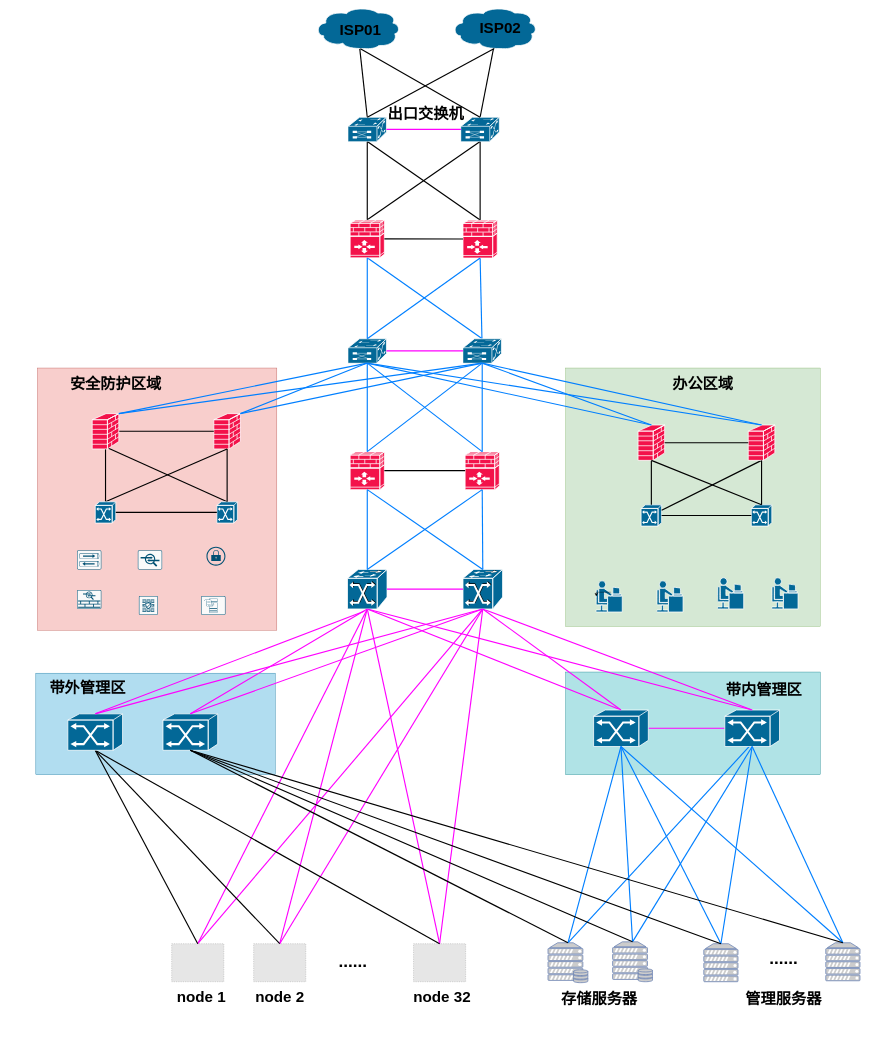
This is 数据中心组网-32nodes-整体组网.drawio from hel-2000/network-draw, a draw.io file, before an edit. Source tidied: cells renumbered, new cells numbered last; positions are measured from the earlier drawing's top-left corner, leaving out a move shared by most shapes. Both pictures are drawn from the tidied source at 38%, with x=0, y=0 at pixel (18, 7). Pictures stored in the file or linked from it are replaced by grey dashed boxes.
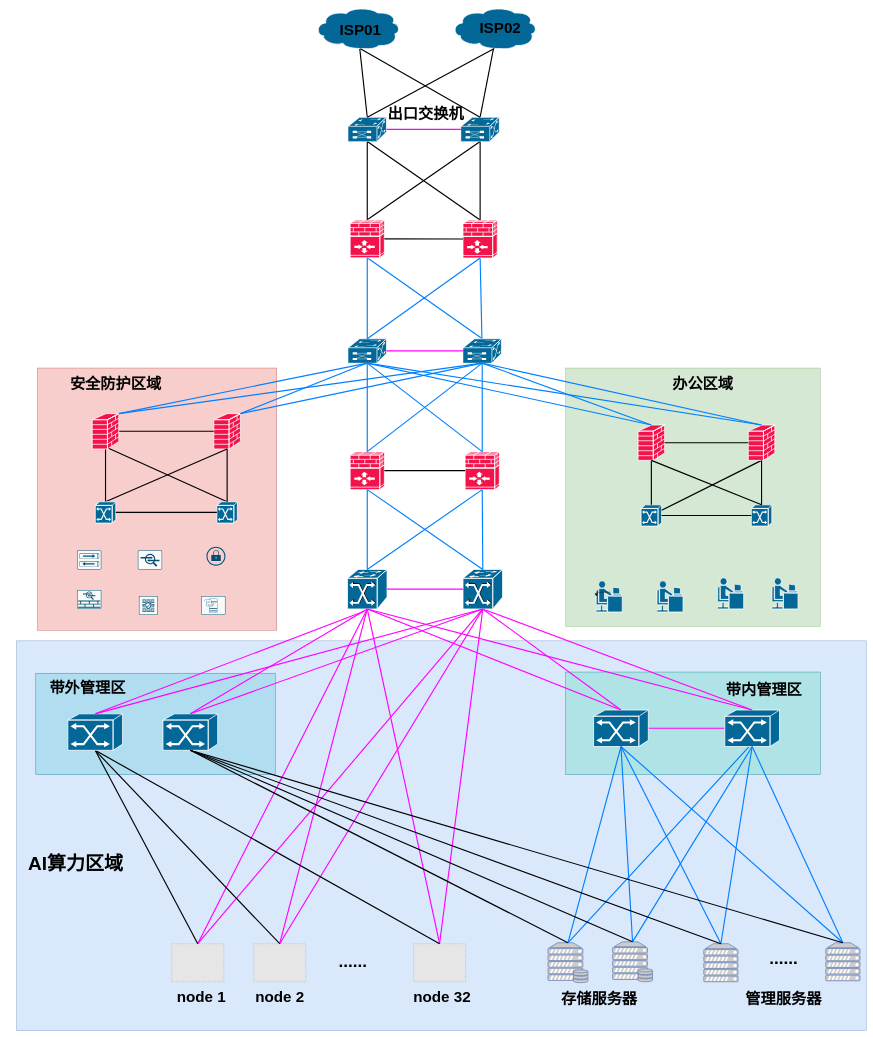
The same diagram, later.

Commit message:
更新数据中心组网-32nodes-整体组网.drawio

The edit, as a diff of the source:
```diff
@@
+    <mxCell id="137" style="rounded=0;whiteSpace=wrap;html=1;fillColor=#dae8fc;strokeColor=#6c8ebf;" parent="1" vertex="1">
+      <mxGeometry x="-5" y="1668" width="2236" height="1026" as="geometry" />
+    </mxCell>
@@
+    <mxCell id="138" value="&lt;font size=&quot;1&quot; style=&quot;&quot;&gt;&lt;b style=&quot;font-size: 50px;&quot;&gt;AI算力区域&lt;/b&gt;&lt;/font&gt;" style="text;strokeColor=none;align=center;fillColor=none;html=1;verticalAlign=middle;whiteSpace=wrap;rounded=0;" parent="1" vertex="1">
+      <mxGeometry x="-31" y="2223" width="363.6" height="60" as="geometry" />
+    </mxCell>
```
